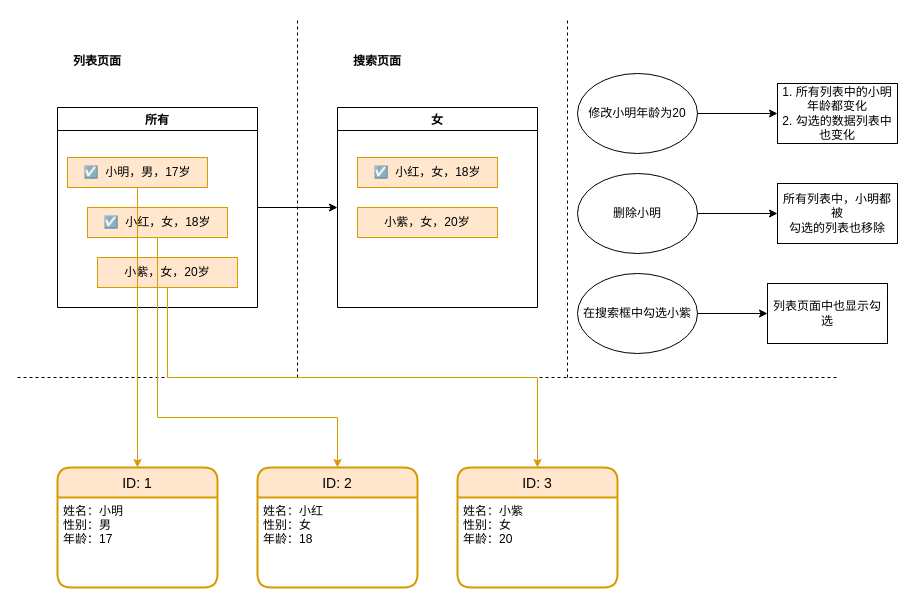
The draw.io diagram Untitled Diagram.drawio in clevok/static, before the edit. Source tidied: cells renumbered, new cells numbered last; positions are measured from the earlier drawing's top-left corner, leaving out a move shared by most shapes. Both pictures are drawn from the tidied source at 100%, with x=0, y=0 at pixel (17, 17).
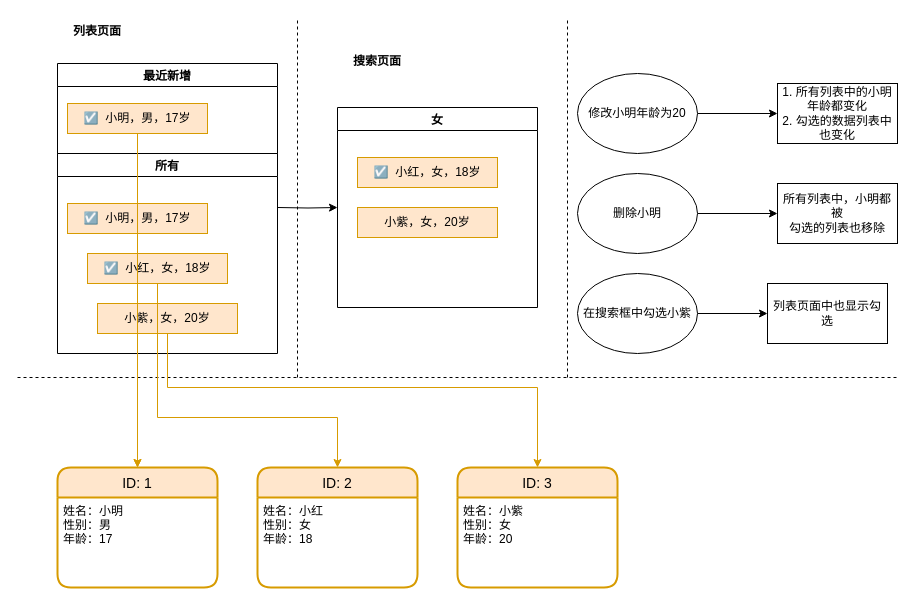
The same diagram, later.

Unchanged cells that the change refers to:
```xml
<mxCell id="6" value="小紫，女，20岁" style="whiteSpace=wrap;html=1;fillColor=#ffe6cc;strokeColor=#d79b00;" parent="3" vertex="1">
  <mxGeometry x="40" y="150" width="140" height="30" as="geometry" />
</mxCell>
<mxCell id="7" value="女" style="swimlane;startSize=23;" parent="1" vertex="1">
  <mxGeometry x="320" y="90" width="200" height="200" as="geometry" />
</mxCell>
<mxCell id="15" value="ID: 1" style="swimlane;horizontal=1;startSize=30;rounded=1;fontSize=14;fontStyle=0;strokeWidth=2;shadow=0;dashed=0;align=center;fillColor=#ffe6cc;strokeColor=#d79b00;" parent="1" vertex="1">
  <mxGeometry x="40" y="450" width="160" height="120" as="geometry" />
</mxCell>
<mxCell id="19" value="ID: 3" style="swimlane;horizontal=1;startSize=30;rounded=1;fontSize=14;fontStyle=0;strokeWidth=2;shadow=0;dashed=0;align=center;fillColor=#ffe6cc;strokeColor=#d79b00;" parent="1" vertex="1">
  <mxGeometry x="440" y="450" width="160" height="120" as="geometry" />
</mxCell>
```

Change to the diagram source:
```diff
@@
-    <mxCell id="2" style="edgeStyle=orthogonalEdgeStyle;rounded=0;jettySize=auto;html=1;entryX=0;entryY=0.5;entryDx=0;entryDy=0;" parent="1" edge="1" source="3" target="7">
-      <mxGeometry relative="1" as="geometry" />
+    <mxCell id="2" style="edgeStyle=orthogonalEdgeStyle;rounded=0;jettySize=auto;html=1;entryX=0;entryY=0.5;entryDx=0;entryDy=0;" parent="1" edge="1" target="7">
+      <mxGeometry relative="1" as="geometry">
+        <mxPoint x="260" y="190" as="sourcePoint" />
+      </mxGeometry>
     </mxCell>
     <mxCell id="3" value="所有" style="swimlane;" parent="1" vertex="1">
-      <mxGeometry x="40" y="90" width="200" height="200" as="geometry" />
+      <mxGeometry x="40" y="136" width="220" height="200" as="geometry" />
     </mxCell>
@@
     <mxCell id="11" value="列表页面" style="text;align=center;fontStyle=1;verticalAlign=middle;spacingLeft=3;spacingRight=3;strokeColor=none;" parent="1" vertex="1">
-      <mxGeometry x="40" y="30" width="80" height="26" as="geometry" />
+      <mxGeometry x="40" width="80" height="26" as="geometry" />
     </mxCell>
@@
     <mxCell id="14" style="endArrow=none;dashed=1;html=1;rounded=0;" parent="1" edge="1">
       <mxGeometry relative="1" as="geometry">
         <mxPoint y="360" as="sourcePoint" />
-        <mxPoint x="820" y="360" as="targetPoint" />
+        <mxPoint x="880" y="360" as="targetPoint" />
       </mxGeometry>
     </mxCell>
@@
     <mxCell id="21" style="edgeStyle=orthogonalEdgeStyle;rounded=0;jettySize=auto;html=1;exitX=0.5;exitY=1;exitDx=0;exitDy=0;entryX=0.5;entryY=0;entryDx=0;entryDy=0;fillColor=#ffe6cc;strokeColor=#d79b00;" parent="1" edge="1" source="6" target="19">
-      <mxGeometry relative="1" as="geometry" />
+      <mxGeometry relative="1" as="geometry">
+        <Array as="points">
+          <mxPoint x="150" y="370" />
+          <mxPoint x="520" y="370" />
+        </Array>
+      </mxGeometry>
     </mxCell>
@@
+    <mxCell id="33" value="最近新增" style="swimlane;" parent="1" vertex="1">
+      <mxGeometry x="40" y="46" width="220" height="90" as="geometry" />
+    </mxCell>
+    <mxCell id="34" value="☑️&amp;nbsp; 小明，男，17岁" style="whiteSpace=wrap;html=1;fillColor=#ffe6cc;strokeColor=#d79b00;" parent="33" vertex="1">
+      <mxGeometry x="10" y="40" width="140" height="30" as="geometry" />
+    </mxCell>
+    <mxCell id="35" style="edgeStyle=orthogonalEdgeStyle;rounded=0;jettySize=auto;html=1;exitX=0.5;exitY=1;exitDx=0;exitDy=0;fillColor=#ffe6cc;strokeColor=#d79b00;" parent="1" edge="1" source="34" target="15">
+      <mxGeometry relative="1" as="geometry" />
+    </mxCell>
```
